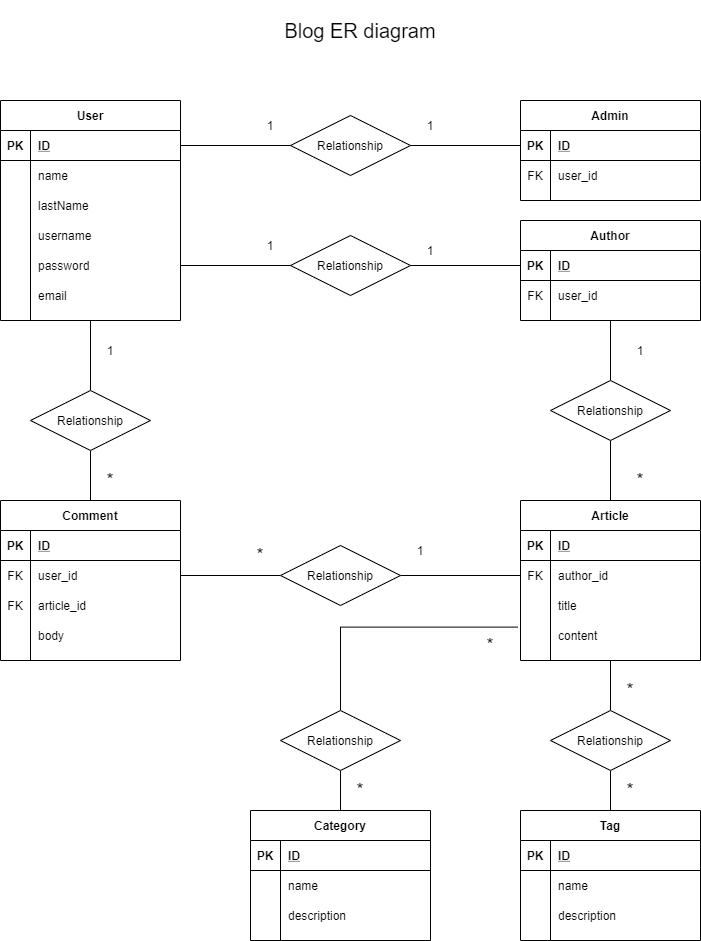
salvoab/php-oop-2 keeps this draw.io diagram as diagram/blog_er.png. Above is the earlier version. Source tidied: cells renumbered, new cells last; positions are measured from the earlier drawing's top-left corner, leaving out a move shared by most shapes.
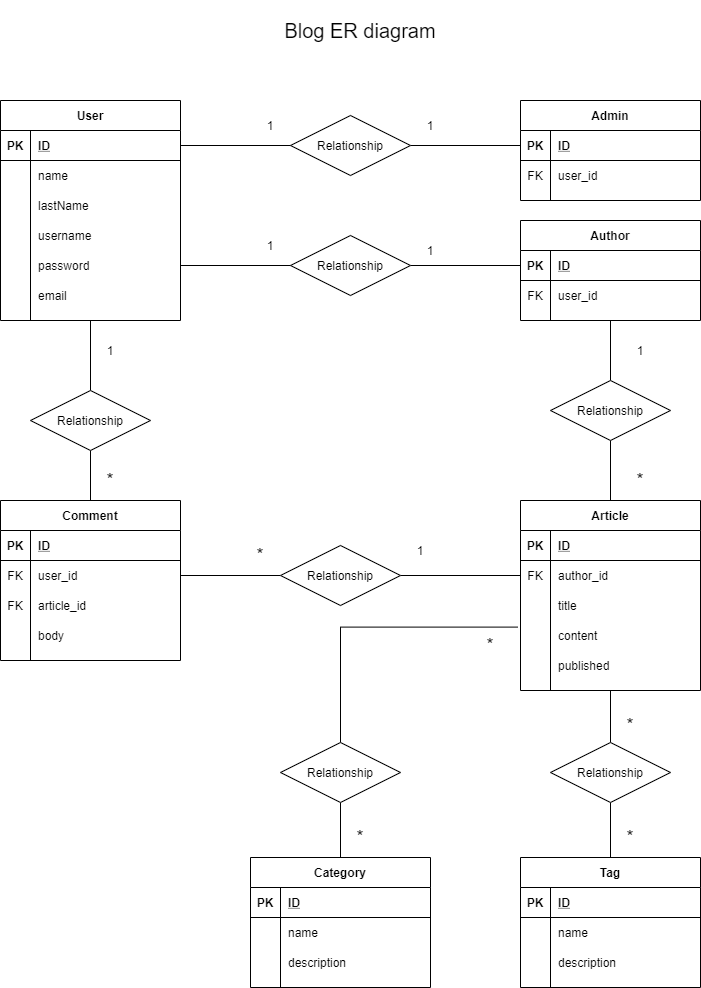
Later version of the same file.

Commit message:
Aggiunta colonna published in Article

The edit, as a diff of the source:
```diff
@@ -186,7 +186,7 @@
       <mxGeometry x="90" y="470" width="40" height="20" as="geometry" />
     </mxCell>
     <mxCell id="63" value="Article" style="shape=table;startSize=30;rowLines=0;fontStyle=1;align=center;" parent="1" vertex="1">
-      <mxGeometry x="520" y="500" width="180" height="160" as="geometry" />
+      <mxGeometry x="520" y="500" width="180" height="190" as="geometry" />
     </mxCell>
     <mxCell id="64" style="shape=partialRectangle;fillColor=none;top=0;left=0;bottom=1;right=0;" parent="63" vertex="1">
       <mxGeometry y="30" width="180" height="30" as="geometry" />
@@ -224,6 +224,15 @@
     <mxCell id="75" value="content" style="shape=partialRectangle;fillColor=none;top=0;left=0;bottom=0;right=0;align=left;spacingLeft=6;overflow=hidden;" parent="73" vertex="1">
       <mxGeometry x="30" width="150" height="30" as="geometry" />
     </mxCell>
+    <mxCell id="117" style="shape=partialRectangle;fillColor=none;top=0;left=0;bottom=0;right=0;" parent="63" vertex="1">
+      <mxGeometry y="150" width="180" height="30" as="geometry" />
+    </mxCell>
+    <mxCell id="118" style="shape=partialRectangle;fillColor=none;top=0;left=0;bottom=0;right=0;overflow=hidden;" parent="117" vertex="1">
+      <mxGeometry width="30" height="30" as="geometry" />
+    </mxCell>
+    <mxCell id="119" value="published" style="shape=partialRectangle;fillColor=none;top=0;left=0;bottom=0;right=0;align=left;spacingLeft=6;overflow=hidden;" parent="117" vertex="1">
+      <mxGeometry x="30" width="150" height="30" as="geometry" />
+    </mxCell>
     <mxCell id="76" style="edgeStyle=orthogonalEdgeStyle;rounded=0;jettySize=auto;html=1;exitX=0.5;exitY=1;exitDx=0;exitDy=0;entryX=0.5;entryY=0;entryDx=0;entryDy=0;endArrow=none;endFill=0;" parent="1" edge="1" source="78" target="63">
       <mxGeometry relative="1" as="geometry" />
     </mxCell>
@@ -252,7 +261,7 @@
       <mxGeometry x="240" y="545" width="40" height="20" as="geometry" />
     </mxCell>
     <mxCell id="85" value="Category" style="shape=table;startSize=30;rowLines=0;fontStyle=1;align=center;" parent="1" vertex="1">
-      <mxGeometry x="250" y="810" width="180" height="130" as="geometry" />
+      <mxGeometry x="250" y="857" width="180" height="130" as="geometry" />
     </mxCell>
     <mxCell id="86" style="shape=partialRectangle;fillColor=none;top=0;left=0;bottom=1;right=0;" parent="85" vertex="1">
       <mxGeometry y="30" width="180" height="30" as="geometry" />
@@ -282,7 +291,7 @@
       <mxGeometry x="30" width="150" height="30" as="geometry" />
     </mxCell>
     <mxCell id="95" value="Tag" style="shape=table;startSize=30;rowLines=0;fontStyle=1;align=center;" parent="1" vertex="1">
-      <mxGeometry x="520" y="810" width="180" height="130" as="geometry" />
+      <mxGeometry x="520" y="857" width="180" height="130" as="geometry" />
     </mxCell>
     <mxCell id="96" style="shape=partialRectangle;fillColor=none;top=0;left=0;bottom=1;right=0;" parent="95" vertex="1">
       <mxGeometry y="30" width="180" height="30" as="geometry" />
@@ -318,13 +327,13 @@
       <mxGeometry relative="1" as="geometry" />
     </mxCell>
     <mxCell id="107" value="Relationship" style="shape=rhombus;perimeter=rhombusPerimeter;whiteSpace=wrap;html=1;align=center;" parent="1" vertex="1">
-      <mxGeometry x="550" y="710" width="120" height="60" as="geometry" />
+      <mxGeometry x="550" y="742" width="120" height="60" as="geometry" />
     </mxCell>
     <mxCell id="108" value="&lt;font style=&quot;font-size: 18px&quot;&gt;*&lt;/font&gt;" style="text;html=1;strokeColor=none;fillColor=none;align=center;verticalAlign=middle;whiteSpace=wrap;rounded=0;" parent="1" vertex="1">
-      <mxGeometry x="610" y="680" width="40" height="20" as="geometry" />
+      <mxGeometry x="610" y="715" width="40" height="20" as="geometry" />
     </mxCell>
     <mxCell id="109" value="&lt;font style=&quot;font-size: 18px&quot;&gt;*&lt;/font&gt;" style="text;html=1;strokeColor=none;fillColor=none;align=center;verticalAlign=middle;whiteSpace=wrap;rounded=0;" parent="1" vertex="1">
-      <mxGeometry x="610" y="780" width="40" height="20" as="geometry" />
+      <mxGeometry x="610" y="827" width="40" height="20" as="geometry" />
     </mxCell>
     <mxCell id="110" style="edgeStyle=orthogonalEdgeStyle;rounded=0;jettySize=auto;html=1;exitX=0.5;exitY=1;exitDx=0;exitDy=0;entryX=0.5;entryY=0;entryDx=0;entryDy=0;endArrow=none;endFill=0;" parent="1" edge="1" source="112" target="85">
       <mxGeometry relative="1" as="geometry" />
@@ -333,13 +342,13 @@
       <mxGeometry relative="1" as="geometry" />
     </mxCell>
     <mxCell id="112" value="Relationship" style="shape=rhombus;perimeter=rhombusPerimeter;whiteSpace=wrap;html=1;align=center;" parent="1" vertex="1">
-      <mxGeometry x="280" y="710" width="120" height="60" as="geometry" />
+      <mxGeometry x="280" y="742" width="120" height="60" as="geometry" />
     </mxCell>
     <mxCell id="113" value="&lt;font style=&quot;font-size: 18px&quot;&gt;*&lt;/font&gt;" style="text;html=1;strokeColor=none;fillColor=none;align=center;verticalAlign=middle;whiteSpace=wrap;rounded=0;" parent="1" vertex="1">
       <mxGeometry x="470" y="635" width="40" height="20" as="geometry" />
     </mxCell>
     <mxCell id="114" value="&lt;font style=&quot;font-size: 18px&quot;&gt;*&lt;/font&gt;" style="text;html=1;strokeColor=none;fillColor=none;align=center;verticalAlign=middle;whiteSpace=wrap;rounded=0;" parent="1" vertex="1">
-      <mxGeometry x="340" y="780" width="40" height="20" as="geometry" />
+      <mxGeometry x="340" y="827" width="40" height="20" as="geometry" />
     </mxCell>
     <mxCell id="115" value="1" style="text;html=1;strokeColor=none;fillColor=none;align=center;verticalAlign=middle;whiteSpace=wrap;rounded=0;" parent="1" vertex="1">
       <mxGeometry x="400" y="540" width="40" height="20" as="geometry" />
```
